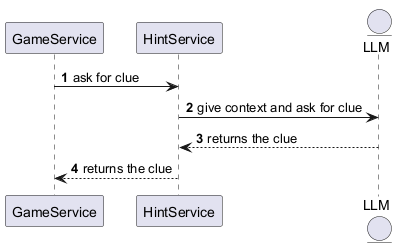
Before: images/Hint generation diagram.png, a diagram exported from PlantUML (Arquisoft/wichat_en3a).
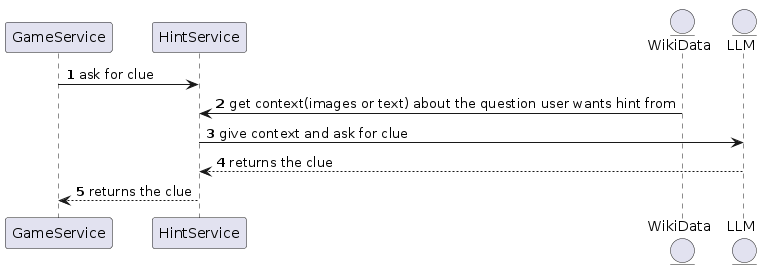
The same file after the commit.

Diff of the diagram source:
```diff
@@ -2,9 +2,11 @@
 autonumber
 participant GameService
 participant HintService
+entity WikiData
 entity LLM
 
 GameService -> HintService: ask for clue
+WikiData -> HintService : get context(images or text) about the question user wants hint from
 HintService -> LLM: give context and ask for clue
 LLM --> HintService: returns the clue
 HintService --> GameService: returns the clue
```
